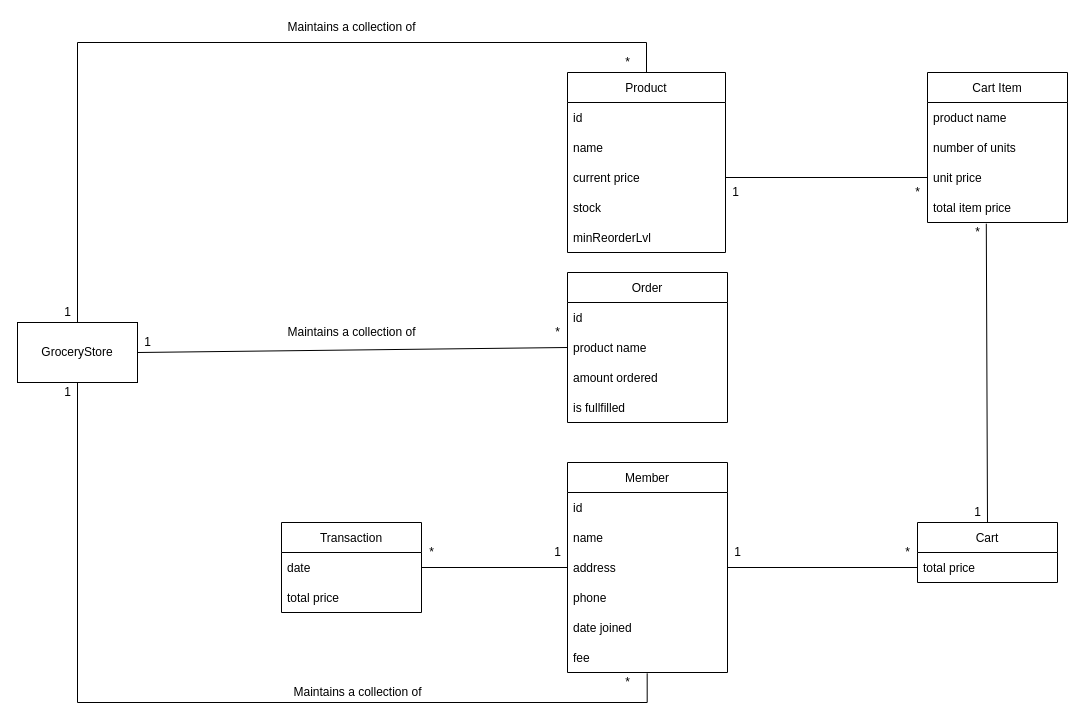
Before: Class Diagrams/Conceptual/Conceptual_Class_Diagram.drawio in qaalib101/ICS372GroupProject1, a draw.io diagram. Source tidied: cells renumbered, new cells numbered last; positions are measured from the earlier drawing's top-left corner, leaving out a move shared by most shapes. Both pictures are drawn from the tidied source at 100%, with x=0, y=0 at pixel (17, 17).
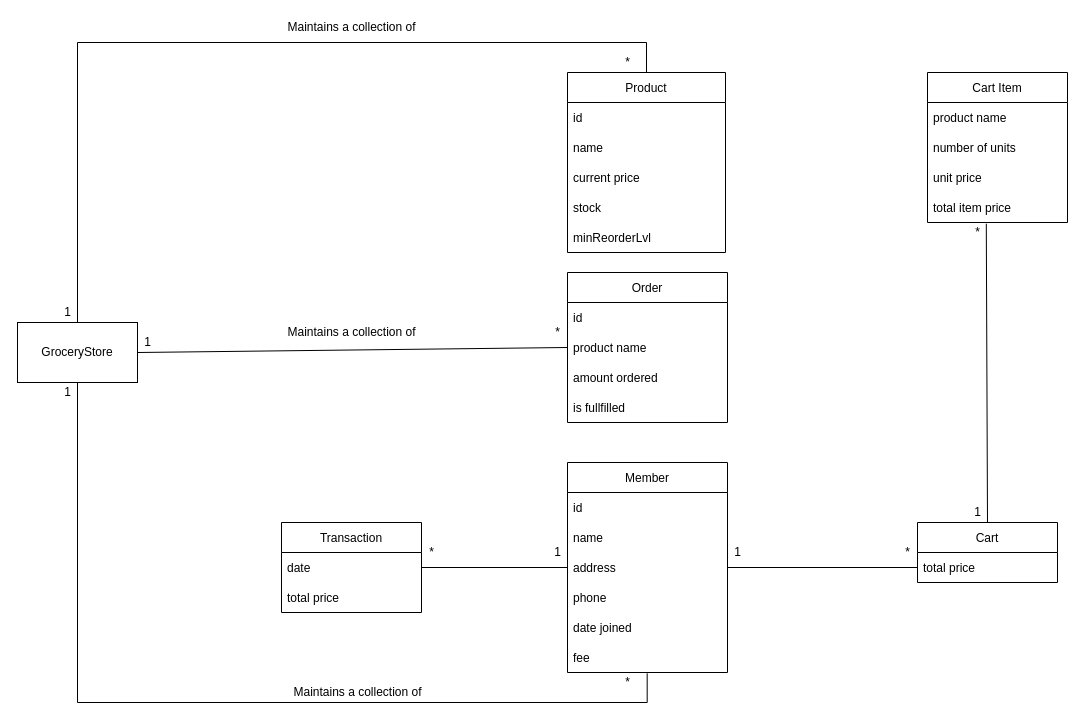
The same diagram, later.

The change refers to these unchanged cells:
```xml
<mxCell id="13" value="current price" style="text;strokeColor=none;fillColor=none;align=left;verticalAlign=middle;spacingLeft=4;spacingRight=4;overflow=hidden;points=[[0,0.5],[1,0.5]];portConstraint=eastwest;" parent="10" vertex="1">
  <mxGeometry y="90" width="158" height="30" as="geometry" />
</mxCell>
<mxCell id="44" value="unit price" style="text;strokeColor=none;fillColor=none;align=left;verticalAlign=middle;spacingLeft=4;spacingRight=4;overflow=hidden;points=[[0,0.5],[1,0.5]];portConstraint=eastwest;" parent="41" vertex="1">
  <mxGeometry y="90" width="140" height="30" as="geometry" />
</mxCell>
```

Diff of the diagram source:
```diff
@@
-    <mxCell id="46" style="endArrow=none;html=1;rounded=0;elbow=vertical;entryX=0;entryY=0.5;entryDx=0;entryDy=0;exitX=1;exitY=0.5;exitDx=0;exitDy=0;" parent="1" edge="1" source="13" target="44">
-      <mxGeometry relative="1" as="geometry" />
-    </mxCell>
-    <mxCell id="47" value="1" style="text;html=1;align=center;verticalAlign=middle;strokeColor=none;fillColor=none;" parent="1" vertex="1">
-      <mxGeometry x="708" y="165" width="20" height="20" as="geometry" />
-    </mxCell>
@@
-    <mxCell id="52" value="*" style="text;html=1;align=center;verticalAlign=middle;strokeColor=none;fillColor=none;" parent="1" vertex="1">
-      <mxGeometry x="890" y="165" width="20" height="20" as="geometry" />
-    </mxCell>
```
